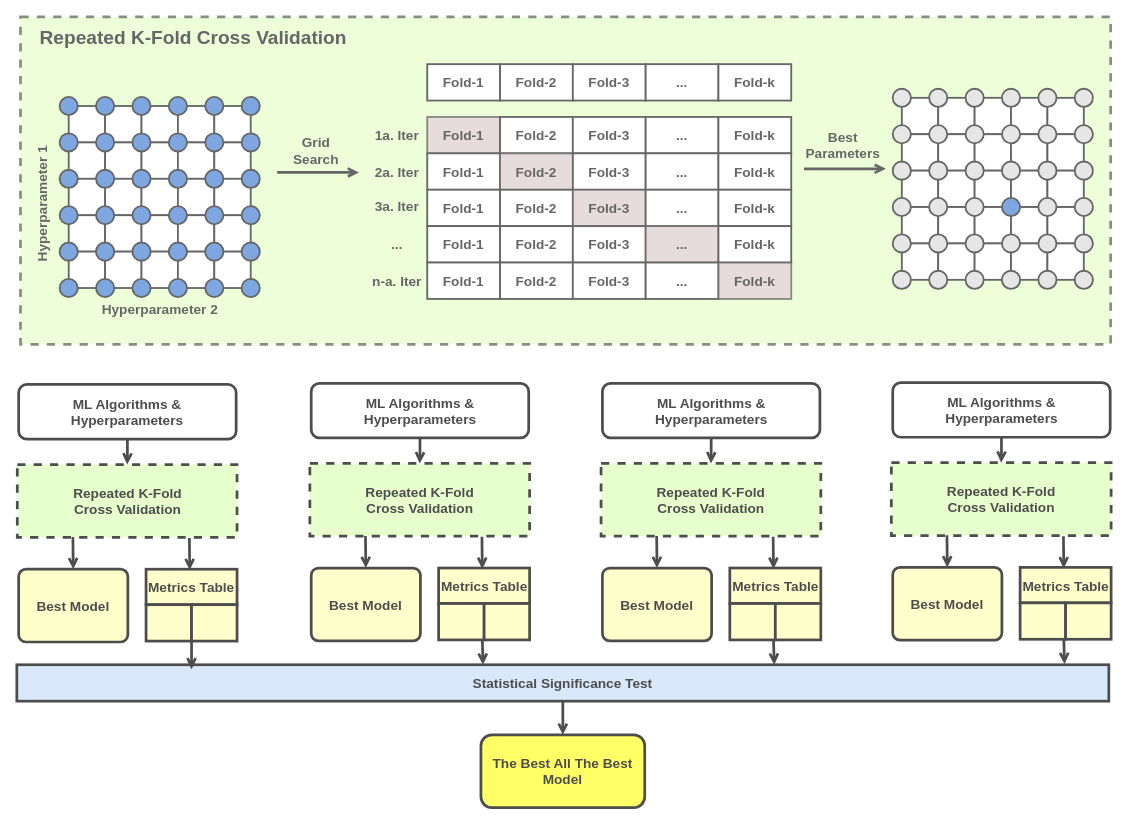
gomesluiz/long-lived-bug-bert-based-prediction keeps this draw.io diagram as figures/repeated-cross-validation-scheme.drawio. Above is the earlier version. Source tidied: cells renumbered, new cells numbered last; positions are measured from the earlier drawing's top-left corner, leaving out a move shared by most shapes. Both pictures are drawn from the tidied source at 91%, with x=0, y=0 at pixel (-18, 16).
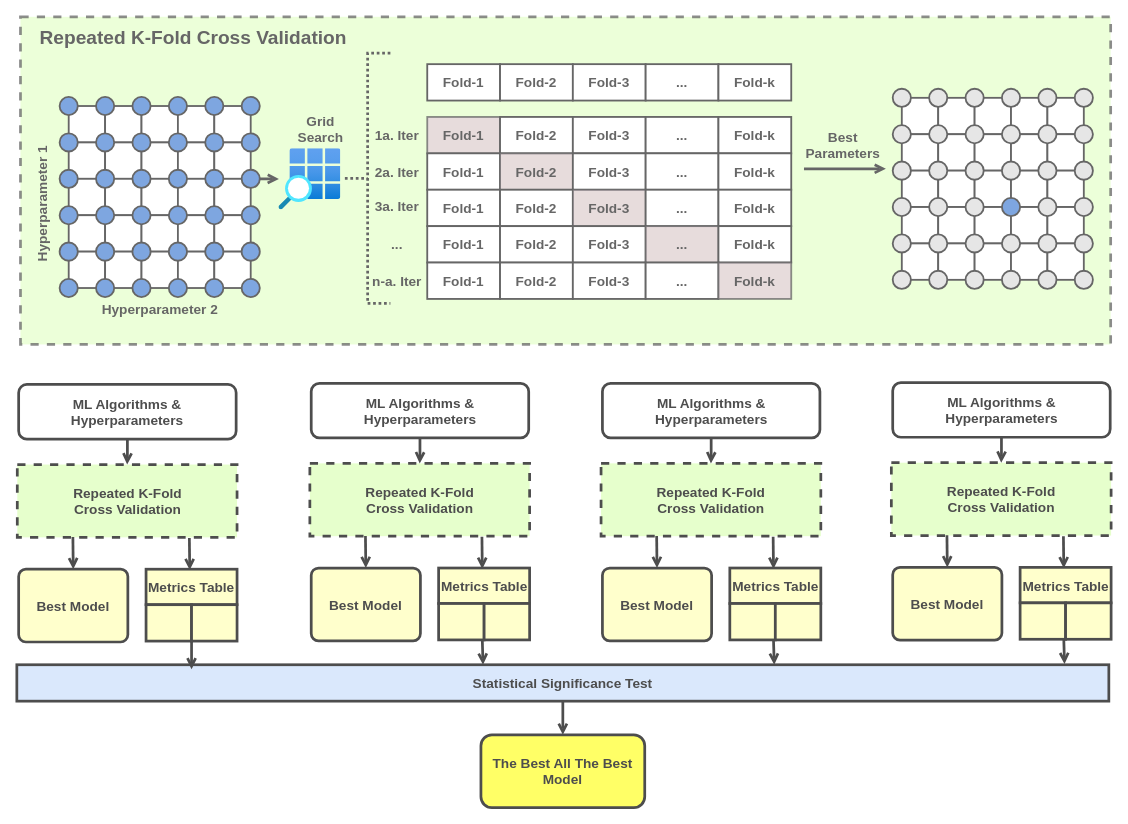
After the change.

The change refers to these unchanged cells:
```xml
<mxCell id="38" style="ellipse;whiteSpace=wrap;html=1;strokeColor=#666666;fillColor=#7EA6E0;strokeWidth=2;fontSize=15;fontStyle=1;" parent="1" vertex="1">
  <mxGeometry x="285" y="168" width="20" height="20" as="geometry" />
</mxCell>
```

Change to the diagram source:
```diff
@@
+    <mxCell id="210" style="edgeStyle=none;rounded=0;jettySize=auto;html=1;endArrow=open;endFill=0;fontSize=15;strokeColor=#666666;strokeWidth=3;fontStyle=1;" parent="1" edge="1" source="38" target="211">
+      <mxGeometry relative="1" as="geometry" />
+    </mxCell>
@@
-    <mxCell id="164" style="endArrow=open;html=1;rounded=0;endFill=0;strokeWidth=3;strokeColor=#666666;fontSize=15;fontStyle=1;" parent="1" edge="1">
-      <mxGeometry relative="1" as="geometry">
-        <mxPoint x="324" y="171" as="sourcePoint" />
-        <mxPoint x="414" y="171" as="targetPoint" />
-      </mxGeometry>
-    </mxCell>
     <mxCell id="165" value="Grid&lt;br&gt;Search" style="text;html=1;strokeColor=none;fillColor=none;align=center;verticalAlign=middle;whiteSpace=wrap;rounded=0;rotation=0;fontSize=15;fontColor=#666666;fontStyle=1;" parent="1" vertex="1">
-      <mxGeometry x="334" y="132" width="66" height="30" as="geometry" />
+      <mxGeometry x="338.5" y="108" width="66" height="30" as="geometry" />
     </mxCell>
@@
+    <mxCell id="211" style="html=1;points=[];align=center;image;fontSize=12;image=img/lib/azure2/general/Search_Grid.svg;dashed=1;dashPattern=1 1;sketch=0;" parent="1" vertex="1">
+      <mxGeometry x="326" y="145" width="68" height="67" as="geometry" />
+    </mxCell>
+    <mxCell id="212" style="strokeWidth=3;html=1;shape=mxgraph.flowchart.annotation_2;align=center;labelPosition=right;dashed=1;dashPattern=1 1;labelBackgroundColor=default;endArrow=open;fontSize=15;rounded=0;strokeColor=#666666;endFill=0;fontStyle=1;" parent="1" vertex="1">
+      <mxGeometry x="398.5" y="40" width="50" height="275" as="geometry" />
+    </mxCell>
```
